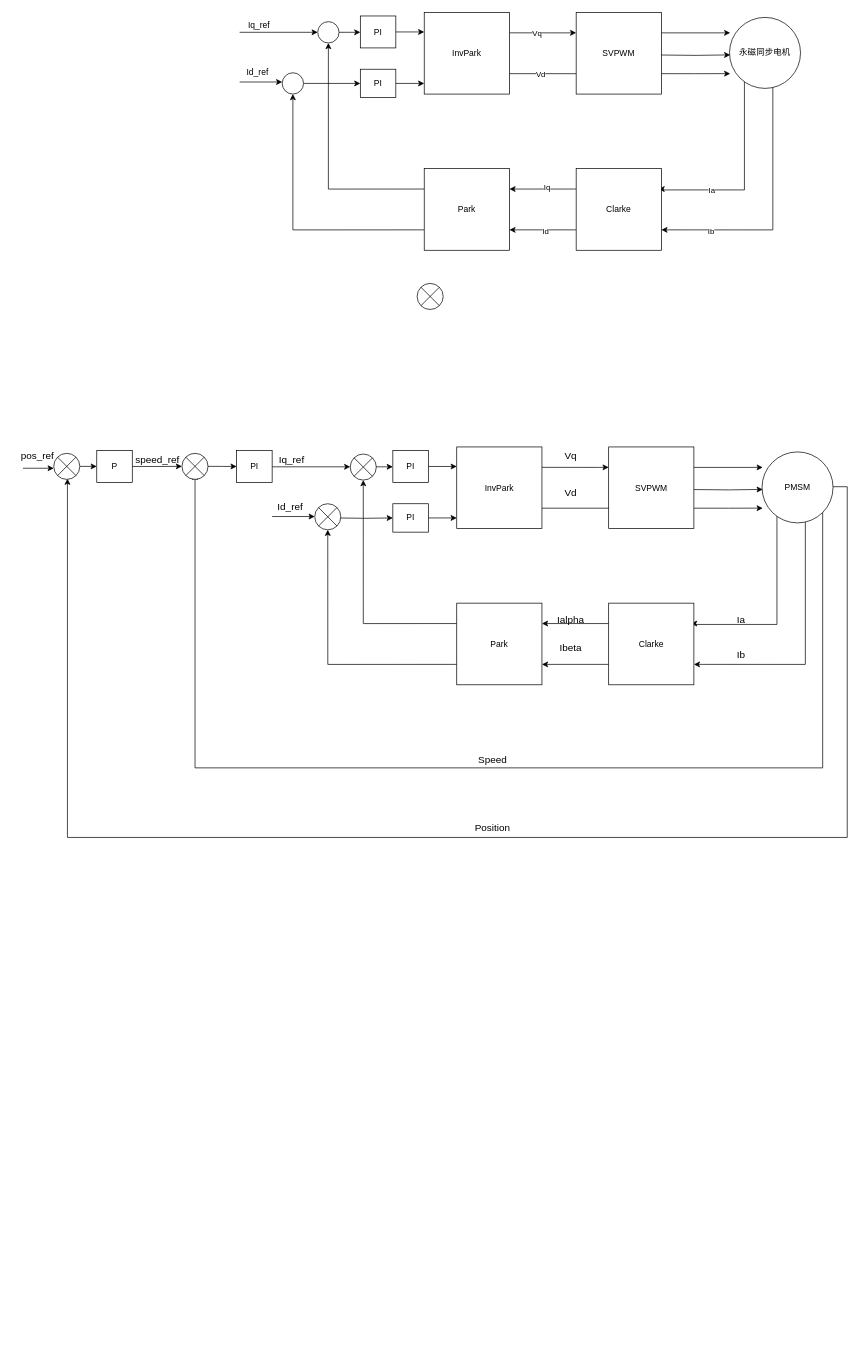
Before: FOC电流环.drawio in songruidong/draw.io, a draw.io diagram. Source tidied: cells renumbered, new cells numbered last; positions are measured from the earlier drawing's top-left corner, leaving out a move shared by most shapes. Both pictures are drawn from the tidied source at 71%, with x=0, y=0 at pixel (12, 12).
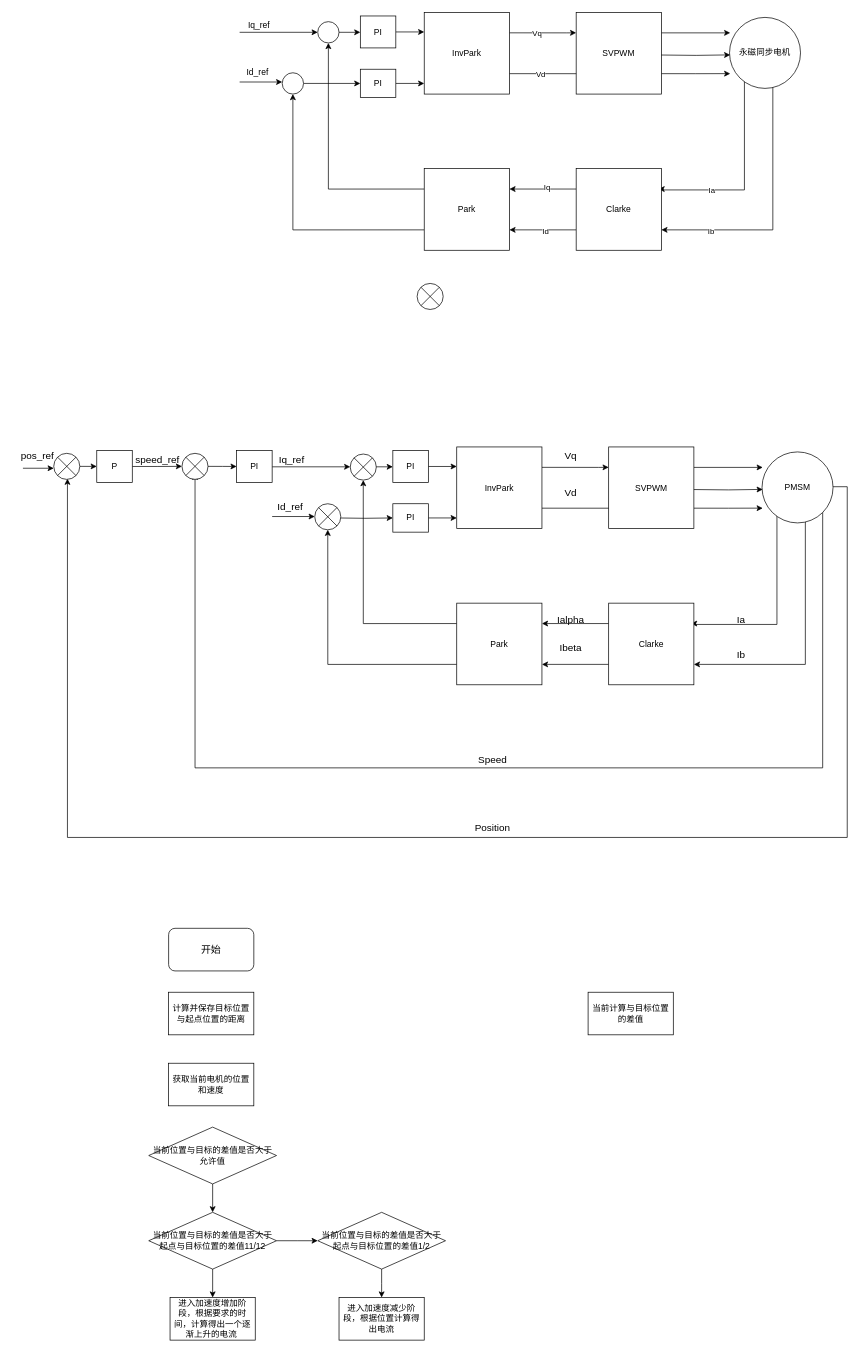
The same page after the edit.

Commit message:
更新FOC电流环.drawio

Diff of the diagram source:
```diff
@@
+    <mxCell id="97" value="计算并保存目标位置与起点位置的距离" style="rounded=0;whiteSpace=wrap;html=1;" parent="1" vertex="1">
+      <mxGeometry x="220" y="1380" width="120" height="60" as="geometry" />
+    </mxCell>
+    <mxCell id="98" value="&lt;font style=&quot;font-size: 14px;&quot;&gt;开始&lt;/font&gt;" style="rounded=1;whiteSpace=wrap;html=1;" parent="1" vertex="1">
+      <mxGeometry x="220" y="1290" width="120" height="60" as="geometry" />
+    </mxCell>
+    <mxCell id="99" style="edgeStyle=orthogonalEdgeStyle;rounded=0;jettySize=auto;html=1;" parent="1" edge="1" source="101">
+      <mxGeometry relative="1" as="geometry">
+        <mxPoint x="430" y="1730" as="targetPoint" />
+      </mxGeometry>
+    </mxCell>
+    <mxCell id="100" style="edgeStyle=orthogonalEdgeStyle;rounded=0;jettySize=auto;html=1;exitX=0.5;exitY=1;exitDx=0;exitDy=0;" parent="1" edge="1" source="101" target="104">
+      <mxGeometry relative="1" as="geometry" />
+    </mxCell>
+    <mxCell id="101" value="当前位置与目标的差值是否大于起点与目标位置的差值11/12" style="rhombus;whiteSpace=wrap;html=1;" parent="1" vertex="1">
+      <mxGeometry x="192" y="1690" width="180" height="80" as="geometry" />
+    </mxCell>
+    <mxCell id="102" value="获取当前电机的位置和速度" style="rounded=0;whiteSpace=wrap;html=1;" parent="1" vertex="1">
+      <mxGeometry x="220" y="1480" width="120" height="60" as="geometry" />
+    </mxCell>
+    <mxCell id="103" value="当前计算与目标位置的差值" style="rounded=0;whiteSpace=wrap;html=1;" parent="1" vertex="1">
+      <mxGeometry x="810.8" y="1380" width="120" height="60" as="geometry" />
+    </mxCell>
+    <mxCell id="104" value="进入加速度增加阶段，根据要求的时间，计算得出一个逐渐上升的电流&amp;nbsp;" style="rounded=0;whiteSpace=wrap;html=1;" parent="1" vertex="1">
+      <mxGeometry x="222" y="1810" width="120" height="60" as="geometry" />
+    </mxCell>
+    <mxCell id="105" style="edgeStyle=orthogonalEdgeStyle;rounded=0;jettySize=auto;html=1;exitX=0.5;exitY=1;exitDx=0;exitDy=0;entryX=0.5;entryY=0;entryDx=0;entryDy=0;" parent="1" edge="1" source="106" target="101">
+      <mxGeometry relative="1" as="geometry" />
+    </mxCell>
+    <mxCell id="106" value="当前位置与目标的差值是否大于允许值" style="rhombus;whiteSpace=wrap;html=1;" parent="1" vertex="1">
+      <mxGeometry x="192" y="1570" width="180" height="80" as="geometry" />
+    </mxCell>
+    <mxCell id="107" style="edgeStyle=orthogonalEdgeStyle;rounded=0;jettySize=auto;html=1;exitX=0.5;exitY=1;exitDx=0;exitDy=0;" parent="1" edge="1" source="108">
+      <mxGeometry relative="1" as="geometry">
+        <mxPoint x="520" y="1810" as="targetPoint" />
+      </mxGeometry>
+    </mxCell>
+    <mxCell id="108" value="当前位置与目标的差值是否大于起点与目标位置的差值1/2" style="rhombus;whiteSpace=wrap;html=1;" parent="1" vertex="1">
+      <mxGeometry x="430" y="1690" width="180" height="80" as="geometry" />
+    </mxCell>
+    <mxCell id="109" value="进入加速度减少阶段，根据位置计算得出电流" style="rounded=0;whiteSpace=wrap;html=1;" parent="1" vertex="1">
+      <mxGeometry x="460" y="1810" width="120" height="60" as="geometry" />
+    </mxCell>
```
